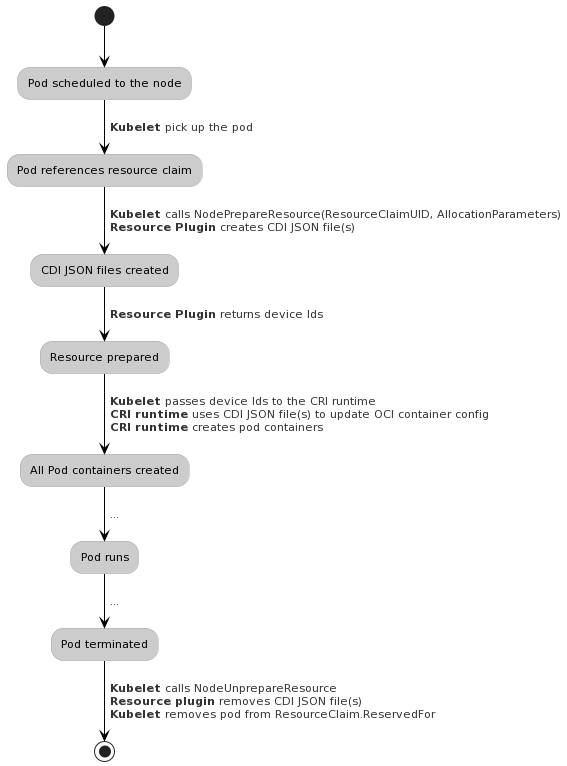
The PlantUML diagram keps/sig-node/3063-dynamic-resource-allocation/kubelet.png in pohly/enhancements, before a commit. Source of this version:
```plantuml
@startuml
!theme reddress-lightblue

(*) --> "Pod scheduled to the node"
-->[ **Kubelet** pick up the pod ] "Pod references resource claim"
-->[ **Kubelet** calls NodePrepareResource(ResourceClaimUID, AllocationParameters)\l **Resource Plugin** creates CDI JSON file(s) ] "CDI JSON files created"
-->[ **Resource Plugin** returns device Ids ] "Resource prepared"
-->[ **Kubelet** passes device Ids to the CRI runtime\l **CRI runtime** uses CDI JSON file(s) to update OCI container config\l **CRI runtime** creates pod containers ] "All Pod containers created"
-->[ ... ] "Pod runs"
-->[ ... ] "Pod terminated"
-->[ **Kubelet** calls NodeUnprepareResource\l **Resource plugin** removes CDI JSON file(s)\l **Kubelet** removes pod from ResourceClaim.ReservedFor ] (*)
@enduml
```
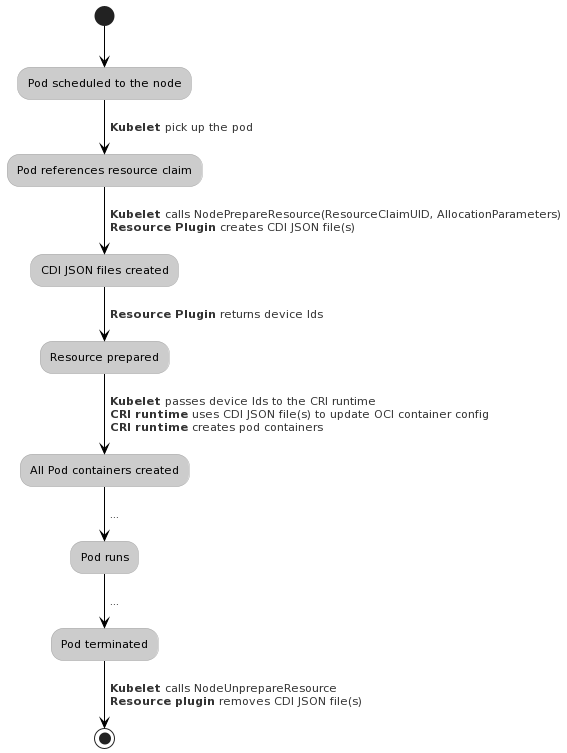
Later version of the same file.

Commit message:
dynamic resource allocation: limit kubelet to read access

Change to the diagram source:
```diff
@@ -8,5 +8,5 @@
 -->[ **Kubelet** passes device Ids to the CRI runtime\l **CRI runtime** uses CDI JSON file(s) to update OCI container config\l **CRI runtime** creates pod containers ] "All Pod containers created"
 -->[ ... ] "Pod runs"
 -->[ ... ] "Pod terminated"
--->[ **Kubelet** calls NodeUnprepareResource\l **Resource plugin** removes CDI JSON file(s)\l **Kubelet** removes pod from ResourceClaim.ReservedFor ] (*)
+-->[ **Kubelet** calls NodeUnprepareResource\l **Resource plugin** removes CDI JSON file(s) ] (*)
 @enduml
```
